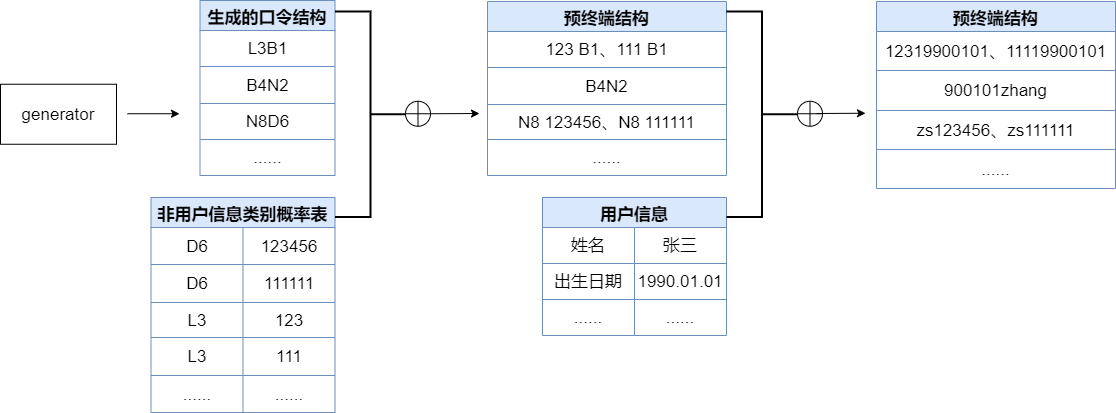
lakomi/pictures keeps this draw.io diagram as seqgan-fill.drawio.png. Above is the earlier version. Source tidied: cells renumbered, new cells last; positions are measured from the earlier drawing's top-left corner, leaving out a move shared by most shapes.
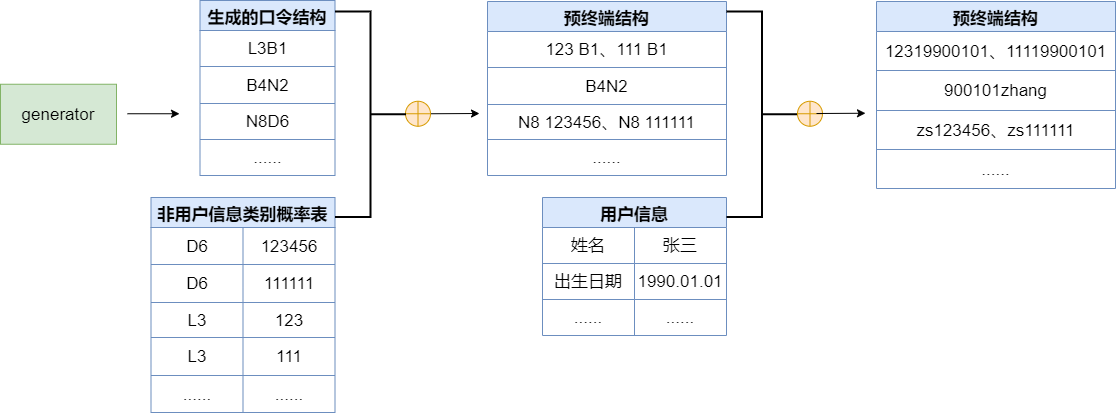
Later version of the same file.

Change to the diagram source:
```diff
@@ -2,7 +2,7 @@
   <root>
     <mxCell id="0" />
     <mxCell id="1" parent="0" />
-    <mxCell id="2" value="generator" style="rounded=0;whiteSpace=wrap;html=1;fontSize=17;strokeWidth=1;" parent="1" vertex="1">
+    <mxCell id="2" value="generator" style="rounded=0;whiteSpace=wrap;html=1;fontSize=17;strokeWidth=1;fillColor=#d5e8d4;strokeColor=#82b366;" parent="1" vertex="1">
       <mxGeometry y="83.8" width="116" height="60" as="geometry" />
     </mxCell>
     <mxCell id="3" value="生成的口令结构" style="shape=table;startSize=30;fontStyle=1;align=center;fontSize=17;strokeWidth=1;fillColor=#dae8fc;strokeColor=#6c8ebf;" parent="1" vertex="1">
@@ -169,7 +169,7 @@
         <mxPoint x="479" y="113" as="targetPoint" />
       </mxGeometry>
     </mxCell>
-    <mxCell id="57" style="shape=orEllipse;perimeter=ellipsePerimeter;whiteSpace=wrap;html=1;backgroundOutline=1;fontSize=17;strokeWidth=1;" parent="1" vertex="1">
+    <mxCell id="57" style="shape=orEllipse;perimeter=ellipsePerimeter;whiteSpace=wrap;html=1;backgroundOutline=1;fontSize=17;strokeWidth=1;fillColor=#ffe6cc;strokeColor=#d79b00;" parent="1" vertex="1">
       <mxGeometry x="405" y="100.8" width="25" height="25" as="geometry" />
     </mxCell>
     <mxCell id="58" style="strokeWidth=2;html=1;shape=mxgraph.flowchart.annotation_2;align=left;labelPosition=right;fontSize=17;rotation=-180;" parent="1" vertex="1">
@@ -184,7 +184,7 @@
     <mxCell id="60" style="strokeWidth=2;html=1;shape=mxgraph.flowchart.annotation_2;align=left;labelPosition=right;fontSize=17;rotation=-180;" parent="1" vertex="1">
       <mxGeometry x="726" y="11" width="71" height="205.5" as="geometry" />
     </mxCell>
-    <mxCell id="61" style="shape=orEllipse;perimeter=ellipsePerimeter;whiteSpace=wrap;html=1;backgroundOutline=1;fontSize=17;strokeWidth=1;" parent="1" vertex="1">
+    <mxCell id="61" style="shape=orEllipse;perimeter=ellipsePerimeter;whiteSpace=wrap;html=1;backgroundOutline=1;fontSize=17;strokeWidth=1;fillColor=#ffe6cc;strokeColor=#d79b00;" parent="1" vertex="1">
       <mxGeometry x="797" y="100.8" width="25" height="25" as="geometry" />
     </mxCell>
     <mxCell id="62" style="edgeStyle=none;rounded=0;orthogonalLoop=1;jettySize=auto;html=1;exitX=1;exitY=0.5;exitDx=0;exitDy=0;fontSize=17;endArrow=classic;endFill=1;strokeWidth=1;" parent="1" edge="1">
```
